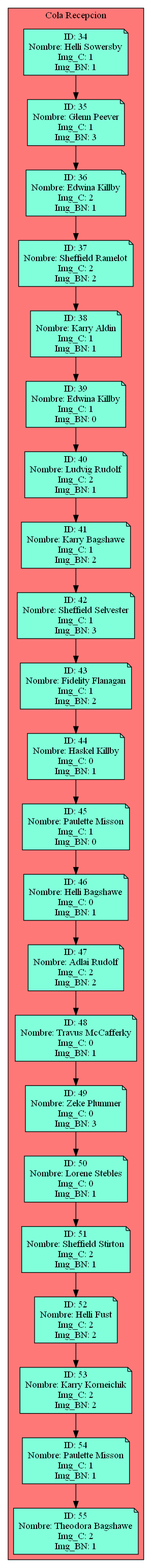
Before: Cola_Reception.png, a diagram exported from Graphviz (Serch-ING/EDD_UDRAWING_202000119). Its source is kept beside it as Cola_Reception.dot.
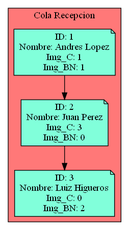
The same diagram one commit later.

What changed in the source:
```diff
@@ -3,113 +3,18 @@
 subgraph cluster_p{
     label= " Cola Recepcion "
     bgcolor = "#FF7878"
-Nodo574434418[label="ID: 34
-Nombre: Helli Sowersby
+Nodo1516500233[label="ID: 1
+Nombre: Andres Lopez
 Img_C: 1
 Img_BN: 1",fillcolor="#81FFDA"]
-Nodo1546908073[label="ID: 35
-Nombre: Glenn Peever
-Img_C: 1
-Img_BN: 3",fillcolor="#81FFDA"]
-Nodo371439501[label="ID: 36
-Nombre: Edwina Killby
-Img_C: 2
-Img_BN: 1",fillcolor="#81FFDA"]
-Nodo210506412[label="ID: 37
-Nombre: Sheffield Ramelot
-Img_C: 2
+Nodo1850180796[label="ID: 2
+Nombre: Juan Perez
+Img_C: 3
+Img_BN: 0",fillcolor="#81FFDA"]
+Nodo884452399[label="ID: 3
+Nombre: Luiz Higueros
+Img_C: 0
 Img_BN: 2",fillcolor="#81FFDA"]
-Nodo1617550160[label="ID: 38
-Nombre: Karry Aldin
-Img_C: 1
-Img_BN: 1",fillcolor="#81FFDA"]
-Nodo1325124186[label="ID: 39
-Nombre: Edwina Killby
-Img_C: 1
-Img_BN: 0",fillcolor="#81FFDA"]
-Nodo461160828[label="ID: 40
-Nombre: Ludvig Rudolf
-Img_C: 2
-Img_BN: 1",fillcolor="#81FFDA"]
-Nodo1954406292[label="ID: 41
-Nombre: Karry Bagshawe
-Img_C: 1
-Img_BN: 2",fillcolor="#81FFDA"]
-Nodo904058452[label="ID: 42
-Nombre: Sheffield Selvester
-Img_C: 1
-Img_BN: 3",fillcolor="#81FFDA"]
-Nodo1961945640[label="ID: 43
-Nombre: Fidelity Flanagan
-Img_C: 1
-Img_BN: 2",fillcolor="#81FFDA"]
-Nodo708533063[label="ID: 44
-Nombre: Haskel Killby
-Img_C: 0
-Img_BN: 1",fillcolor="#81FFDA"]
-Nodo1438030319[label="ID: 45
-Nombre: Paulette Misson
-Img_C: 1
-Img_BN: 0",fillcolor="#81FFDA"]
-Nodo902830499[label="ID: 46
-Nombre: Helli Bagshawe
-Img_C: 0
-Img_BN: 1",fillcolor="#81FFDA"]
-Nodo807657332[label="ID: 47
-Nombre: Adlai Rudolf
-Img_C: 2
-Img_BN: 2",fillcolor="#81FFDA"]
-Nodo825936265[label="ID: 48
-Nombre: Travus McCafferky
-Img_C: 0
-Img_BN: 1",fillcolor="#81FFDA"]
-Nodo1164107853[label="ID: 49
-Nombre: Zeke Plummer
-Img_C: 0
-Img_BN: 3",fillcolor="#81FFDA"]
-Nodo709865851[label="ID: 50
-Nombre: Lorene Stebles
-Img_C: 0
-Img_BN: 1",fillcolor="#81FFDA"]
-Nodo1550207152[label="ID: 51
-Nombre: Sheffield Stirton
-Img_C: 2
-Img_BN: 1",fillcolor="#81FFDA"]
-Nodo1864230087[label="ID: 52
-Nombre: Helli Fust
-Img_C: 2
-Img_BN: 2",fillcolor="#81FFDA"]
-Nodo1280851663[label="ID: 53
-Nombre: Karry Korneichik
-Img_C: 2
-Img_BN: 2",fillcolor="#81FFDA"]
-Nodo846254484[label="ID: 54
-Nombre: Paulette Misson
-Img_C: 1
-Img_BN: 1",fillcolor="#81FFDA"]
-Nodo592983282[label="ID: 55
-Nombre: Theodora Bagshawe
-Img_C: 2
-Img_BN: 1",fillcolor="#81FFDA"]
-Nodo574434418 -> Nodo1546908073
-Nodo1546908073 -> Nodo371439501
-Nodo371439501 -> Nodo210506412
-Nodo210506412 -> Nodo1617550160
-Nodo1617550160 -> Nodo1325124186
-Nodo1325124186 -> Nodo461160828
-Nodo461160828 -> Nodo1954406292
-Nodo1954406292 -> Nodo904058452
-Nodo904058452 -> Nodo1961945640
-Nodo1961945640 -> Nodo708533063
-Nodo708533063 -> Nodo1438030319
-Nodo1438030319 -> Nodo902830499
-Nodo902830499 -> Nodo807657332
-Nodo807657332 -> Nodo825936265
-Nodo825936265 -> Nodo1164107853
-Nodo1164107853 -> Nodo709865851
-Nodo709865851 -> Nodo1550207152
-Nodo1550207152 -> Nodo1864230087
-Nodo1864230087 -> Nodo1280851663
-Nodo1280851663 -> Nodo846254484
-Nodo846254484 -> Nodo592983282
+Nodo1516500233 -> Nodo1850180796
+Nodo1850180796 -> Nodo884452399
 }}
```
